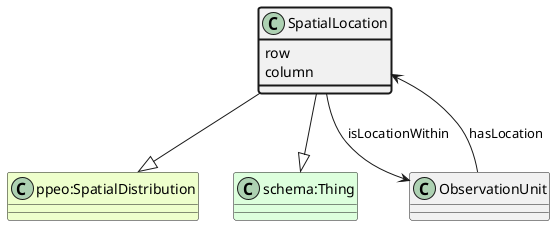
aus-plant-phenomics-network/appn-schema keeps this PlantUML diagram as ttl_uml/ttl_appn_SpatialLocation.png. Above is the earlier version.
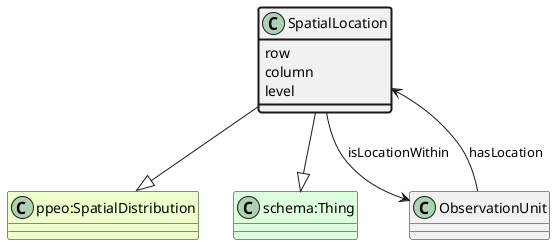
The same diagram one commit later.

Diff of the diagram source:
```diff
@@ -14,4 +14,7 @@
 class SpatialLocation #line.bold {
     column
 }
+class SpatialLocation #line.bold {
+    level
+}
 @enduml
```
